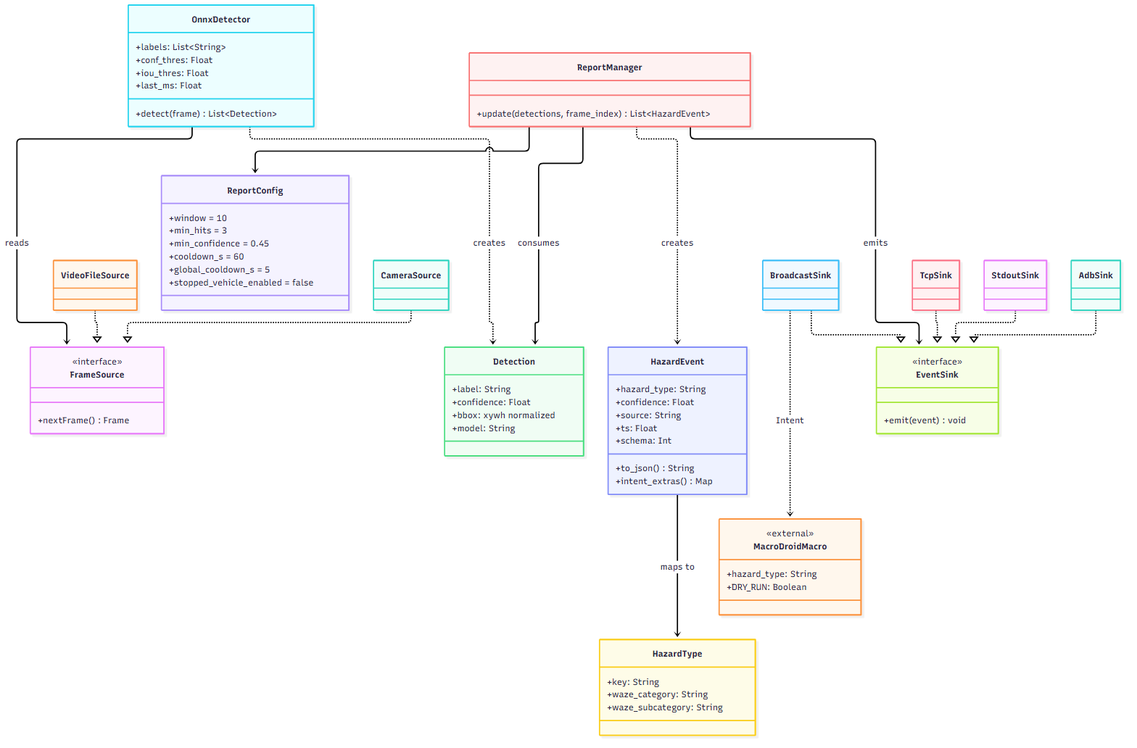
Above: docs/diagrams/03_class.png in blakepennel/wazeomatic (Mermaid), before the change. Its source is kept beside it as docs/diagrams/03_class.mmd. The source it was exported from:
```mermaid
classDiagram
    direction TB

    class FrameSource {
        <<interface>>
        +nextFrame() Frame
    }
    class CameraSource
    class VideoFileSource
    class OnnxDetector {
        +labels: List~String~
        +conf_thres: Float
        +iou_thres: Float
        +last_ms: Float
        +detect(frame) List~Detection~
    }
    class Detection {
        +label: String
        +confidence: Float
        +bbox: xywh normalized
        +model: String
    }
    class ReportConfig {
        +window = 10
        +min_hits = 3
        +min_confidence = 0.45
        +cooldown_s = 60
        +global_cooldown_s = 5
        +stopped_vehicle_enabled = false
    }
    class ReportManager {
        +update(detections, frame_index) List~HazardEvent~
    }
    class HazardType {
        +key: String
        +waze_category: String
        +waze_subcategory: String
    }
    class HazardEvent {
        +hazard_type: String
        +confidence: Float
        +source: String
        +ts: Float
        +schema: Int
        +to_json() String
        +intent_extras() Map
    }
    class EventSink {
        <<interface>>
        +emit(event) void
    }
    class BroadcastSink
    class TcpSink
    class StdoutSink
    class AdbSink
    class MacroDroidMacro {
        <<external>>
        +hazard_type: String
        +DRY_RUN: Boolean
    }

    CameraSource ..|> FrameSource
    VideoFileSource ..|> FrameSource
    OnnxDetector --> FrameSource : reads
    OnnxDetector ..> Detection : creates
    ReportManager --> ReportConfig
    ReportManager --> Detection : consumes
    ReportManager ..> HazardEvent : creates
    HazardEvent --> HazardType : maps to
    BroadcastSink ..|> EventSink
    TcpSink ..|> EventSink
    StdoutSink ..|> EventSink
    AdbSink ..|> EventSink
    ReportManager --> EventSink : emits
    BroadcastSink ..> MacroDroidMacro : Intent
```
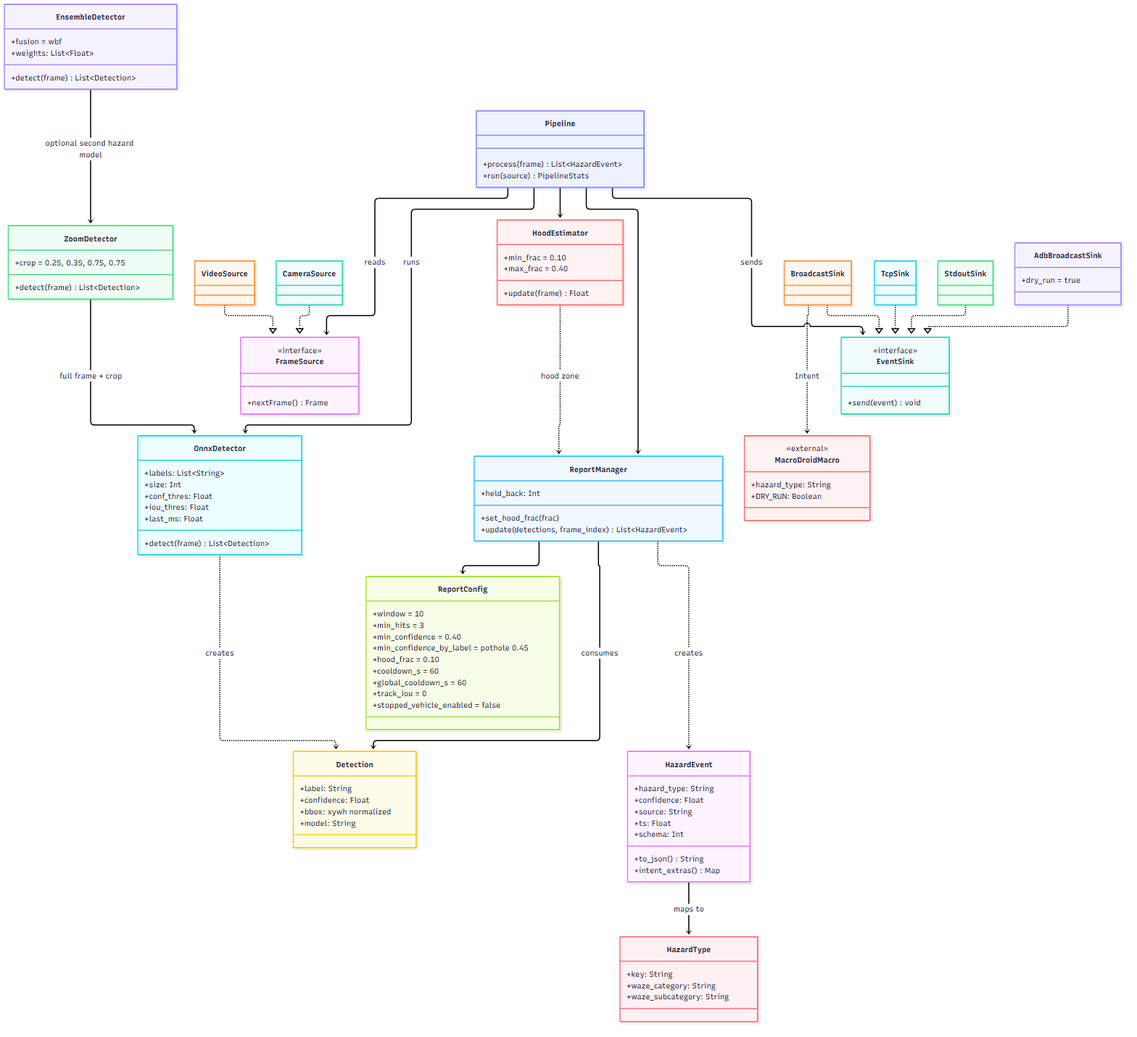
The same diagram one commit later.

Diff of the diagram source:
```diff
@@ -6,13 +6,28 @@
         +nextFrame() Frame
     }
     class CameraSource
-    class VideoFileSource
+    class VideoSource
     class OnnxDetector {
         +labels: List~String~
+        +size: Int
         +conf_thres: Float
         +iou_thres: Float
         +last_ms: Float
         +detect(frame) List~Detection~
+    }
+    class ZoomDetector {
+        +crop = 0.25, 0.35, 0.75, 0.75
+        +detect(frame) List~Detection~
+    }
+    class EnsembleDetector {
+        +fusion = wbf
+        +weights: List~Float~
+        +detect(frame) List~Detection~
+    }
+    class HoodEstimator {
+        +min_frac = 0.10
+        +max_frac = 0.40
+        +update(frame) Float
     }
     class Detection {
         +label: String
@@ -20,15 +35,24 @@
         +bbox: xywh normalized
         +model: String
     }
+    class Pipeline {
+        +process(frame) List~HazardEvent~
+        +run(source) PipelineStats
+    }
     class ReportConfig {
         +window = 10
         +min_hits = 3
-        +min_confidence = 0.45
+        +min_confidence = 0.40
+        +min_confidence_by_label = pothole 0.45
+        +hood_frac = 0.10
         +cooldown_s = 60
-        +global_cooldown_s = 5
+        +global_cooldown_s = 60
+        +track_iou = 0
         +stopped_vehicle_enabled = false
     }
     class ReportManager {
+        +held_back: Int
+        +set_hood_frac(frac)
         +update(detections, frame_index) List~HazardEvent~
     }
     class HazardType {
@@ -47,12 +71,14 @@
     }
     class EventSink {
         <<interface>>
-        +emit(event) void
+        +send(event) void
     }
     class BroadcastSink
     class TcpSink
     class StdoutSink
-    class AdbSink
+    class AdbBroadcastSink {
+        +dry_run = true
+    }
     class MacroDroidMacro {
         <<external>>
         +hazard_type: String
@@ -60,9 +86,16 @@
     }
 
     CameraSource ..|> FrameSource
-    VideoFileSource ..|> FrameSource
-    OnnxDetector --> FrameSource : reads
+    VideoSource ..|> FrameSource
+    Pipeline --> FrameSource : reads
+    Pipeline --> OnnxDetector : runs
+    Pipeline --> HoodEstimator
+    Pipeline --> ReportManager
+    Pipeline --> EventSink : sends
+    ZoomDetector --> OnnxDetector : full frame + crop
+    EnsembleDetector --> ZoomDetector : optional second hazard model
     OnnxDetector ..> Detection : creates
+    HoodEstimator ..> ReportManager : hood zone
     ReportManager --> ReportConfig
     ReportManager --> Detection : consumes
     ReportManager ..> HazardEvent : creates
@@ -70,6 +103,5 @@
     BroadcastSink ..|> EventSink
     TcpSink ..|> EventSink
     StdoutSink ..|> EventSink
-    AdbSink ..|> EventSink
-    ReportManager --> EventSink : emits
+    AdbBroadcastSink ..|> EventSink
     BroadcastSink ..> MacroDroidMacro : Intent
```
